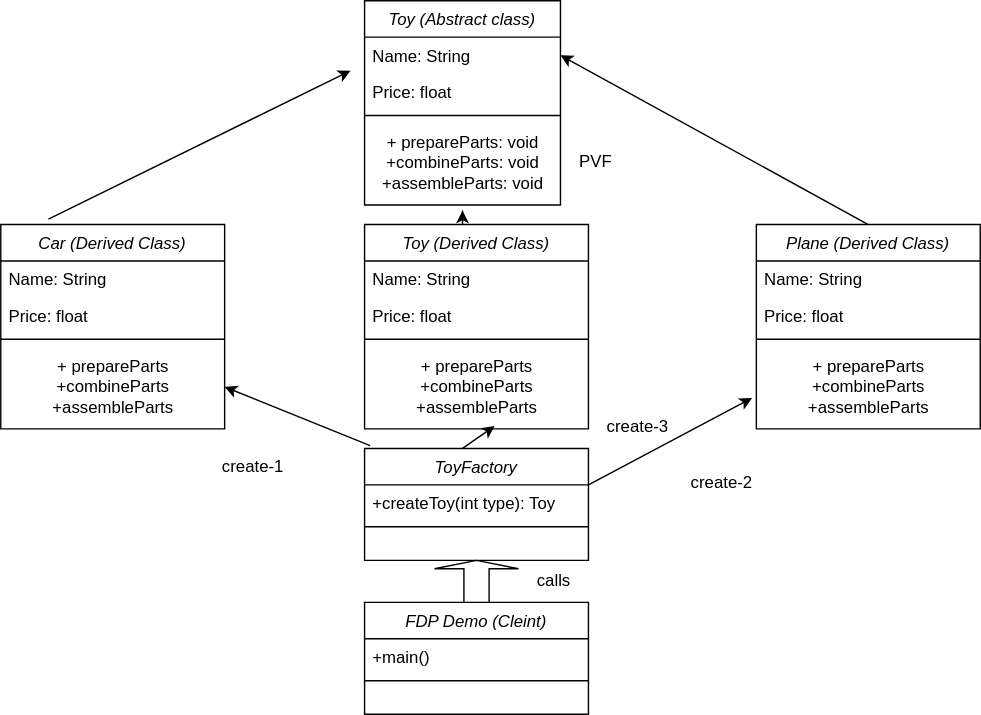
gaurav1kr/LeetCode-Mustdo-500 keeps this draw.io diagram as DESIGN-PATTERNS/Factory/classDiagram/fdp_new.svg. Above is the earlier version. Source tidied: cells renumbered, new cells last; positions are measured from the earlier drawing's top-left corner, leaving out a move shared by most shapes. Source of this version:
```xml
<mxGraphModel>
  <root>
    <mxCell id="0" />
    <mxCell id="1" parent="0" />
    <mxCell id="2" value="PVF" style="text;html=1;align=center;verticalAlign=middle;strokeColor=none;fillColor=none;" parent="1" vertex="1">
      <mxGeometry x="400" y="100" width="50" height="30" as="geometry" />
    </mxCell>
    <mxCell id="3" value="Toy (Abstract class)" style="swimlane;fontStyle=2;align=center;verticalAlign=top;horizontal=1;startSize=26;rounded=0;shadow=0;strokeWidth=1;" parent="1" vertex="1">
      <mxGeometry x="260" width="140" height="146" as="geometry" />
    </mxCell>
    <mxCell id="4" value="Name: String" style="text;align=left;verticalAlign=top;spacingLeft=4;spacingRight=4;overflow=hidden;points=[[0,0.5],[1,0.5]];portConstraint=eastwest;" parent="3" vertex="1">
      <mxGeometry y="26" width="140" height="26" as="geometry" />
    </mxCell>
    <mxCell id="5" value="Price: float" style="text;align=left;verticalAlign=top;spacingLeft=4;spacingRight=4;overflow=hidden;rounded=0;shadow=0;html=0;" parent="3" vertex="1">
      <mxGeometry y="52" width="140" height="26" as="geometry" />
    </mxCell>
    <mxCell id="6" style="line;html=1;strokeWidth=1;align=left;verticalAlign=middle;spacingTop=-1;spacingLeft=3;spacingRight=3;labelPosition=right;" parent="3" vertex="1">
      <mxGeometry y="78" width="140" height="8" as="geometry" />
    </mxCell>
    <mxCell id="7" value="+ prepareParts: void&lt;br&gt;+combineParts: void&lt;br&gt;+assembleParts: void" style="text;html=1;align=center;verticalAlign=middle;strokeColor=none;fillColor=none;" parent="3" vertex="1">
      <mxGeometry y="86" width="140" height="60" as="geometry" />
    </mxCell>
    <mxCell id="8" value="Car (Derived Class)" style="swimlane;fontStyle=2;align=center;verticalAlign=top;horizontal=1;startSize=26;rounded=0;shadow=0;strokeWidth=1;" parent="1" vertex="1">
      <mxGeometry y="160" width="160" height="146" as="geometry" />
    </mxCell>
    <mxCell id="9" value="Name: String" style="text;align=left;verticalAlign=top;spacingLeft=4;spacingRight=4;overflow=hidden;" parent="8" vertex="1">
      <mxGeometry y="26" width="160" height="26" as="geometry" />
    </mxCell>
    <mxCell id="10" value="Price: float" style="text;align=left;verticalAlign=top;spacingLeft=4;spacingRight=4;overflow=hidden;rounded=0;shadow=0;html=0;" parent="8" vertex="1">
      <mxGeometry y="52" width="160" height="26" as="geometry" />
    </mxCell>
    <mxCell id="11" style="line;html=1;strokeWidth=1;align=left;verticalAlign=middle;spacingTop=-1;spacingLeft=3;spacingRight=3;labelPosition=right;" parent="8" vertex="1">
      <mxGeometry y="78" width="160" height="8" as="geometry" />
    </mxCell>
    <mxCell id="12" value="+ prepareParts&lt;br&gt;+combineParts&lt;br&gt;+assembleParts" style="text;html=1;align=center;verticalAlign=middle;strokeColor=none;fillColor=none;" parent="8" vertex="1">
      <mxGeometry y="86" width="160" height="60" as="geometry" />
    </mxCell>
    <mxCell id="13" value="Toy (Derived Class)" style="swimlane;fontStyle=2;align=center;verticalAlign=top;horizontal=1;startSize=26;rounded=0;shadow=0;strokeWidth=1;" parent="1" vertex="1">
      <mxGeometry x="260" y="160" width="160" height="146" as="geometry" />
    </mxCell>
    <mxCell id="14" value="Name: String" style="text;align=left;verticalAlign=top;spacingLeft=4;spacingRight=4;overflow=hidden;" parent="13" vertex="1">
      <mxGeometry y="26" width="160" height="26" as="geometry" />
    </mxCell>
    <mxCell id="15" value="Price: float" style="text;align=left;verticalAlign=top;spacingLeft=4;spacingRight=4;overflow=hidden;rounded=0;shadow=0;html=0;" parent="13" vertex="1">
      <mxGeometry y="52" width="160" height="26" as="geometry" />
    </mxCell>
    <mxCell id="16" style="line;html=1;strokeWidth=1;align=left;verticalAlign=middle;spacingTop=-1;spacingLeft=3;spacingRight=3;labelPosition=right;" parent="13" vertex="1">
      <mxGeometry y="78" width="160" height="8" as="geometry" />
    </mxCell>
    <mxCell id="17" value="+ prepareParts&lt;br&gt;+combineParts&lt;br&gt;+assembleParts" style="text;html=1;align=center;verticalAlign=middle;points=[];strokeColor=none;fillColor=none;" parent="13" vertex="1">
      <mxGeometry y="86" width="160" height="60" as="geometry" />
    </mxCell>
    <mxCell id="18" value="Plane (Derived Class)" style="swimlane;fontStyle=2;align=center;verticalAlign=top;horizontal=1;startSize=26;rounded=0;shadow=0;strokeWidth=1;" parent="1" vertex="1">
      <mxGeometry x="540" y="160" width="160" height="146" as="geometry" />
    </mxCell>
    <mxCell id="19" value="Name: String" style="text;align=left;verticalAlign=top;spacingLeft=4;spacingRight=4;overflow=hidden;" parent="18" vertex="1">
      <mxGeometry y="26" width="160" height="26" as="geometry" />
    </mxCell>
    <mxCell id="20" value="Price: float" style="text;align=left;verticalAlign=top;spacingLeft=4;spacingRight=4;overflow=hidden;rounded=0;shadow=0;html=0;" parent="18" vertex="1">
      <mxGeometry y="52" width="160" height="26" as="geometry" />
    </mxCell>
    <mxCell id="21" style="line;html=1;strokeWidth=1;align=left;verticalAlign=middle;spacingTop=-1;spacingLeft=3;spacingRight=3;labelPosition=right;" parent="18" vertex="1">
      <mxGeometry y="78" width="160" height="8" as="geometry" />
    </mxCell>
    <mxCell id="22" value="+ prepareParts&lt;br&gt;+combineParts&lt;br&gt;+assembleParts" style="text;html=1;align=center;verticalAlign=middle;points=[];strokeColor=none;fillColor=none;" parent="18" vertex="1">
      <mxGeometry y="86" width="160" height="60" as="geometry" />
    </mxCell>
    <mxCell id="23" value="ToyFactory" style="swimlane;fontStyle=2;align=center;verticalAlign=top;horizontal=1;startSize=26;rounded=0;shadow=0;strokeWidth=1;" parent="1" vertex="1">
      <mxGeometry x="260" y="320" width="160" height="80" as="geometry" />
    </mxCell>
    <mxCell id="24" value="+createToy(int type): Toy" style="text;align=left;verticalAlign=top;spacingLeft=4;spacingRight=4;overflow=hidden;" parent="23" vertex="1">
      <mxGeometry y="26" width="160" height="26" as="geometry" />
    </mxCell>
    <mxCell id="25" style="line;html=1;strokeWidth=1;align=left;verticalAlign=middle;spacingTop=-1;spacingLeft=3;spacingRight=3;labelPosition=right;" parent="23" vertex="1">
      <mxGeometry y="52" width="160" height="8" as="geometry" />
    </mxCell>
    <mxCell id="26" value="FDP Demo (Cleint)" style="swimlane;fontStyle=2;align=center;verticalAlign=top;horizontal=1;startSize=26;rounded=0;shadow=0;strokeWidth=1;" parent="1" vertex="1">
      <mxGeometry x="260" y="430" width="160" height="80" as="geometry" />
    </mxCell>
    <mxCell id="27" value="+main()" style="text;align=left;verticalAlign=top;spacingLeft=4;spacingRight=4;overflow=hidden;" parent="26" vertex="1">
      <mxGeometry y="26" width="160" height="26" as="geometry" />
    </mxCell>
    <mxCell id="28" style="line;html=1;strokeWidth=1;align=left;verticalAlign=middle;spacingTop=-1;spacingLeft=3;spacingRight=3;labelPosition=right;" parent="26" vertex="1">
      <mxGeometry y="52" width="160" height="8" as="geometry" />
    </mxCell>
    <mxCell id="29" style="shape=singleArrow;direction=north;whiteSpace=wrap;html=1;" parent="1" vertex="1">
      <mxGeometry x="310" y="400" width="60" height="30" as="geometry" />
    </mxCell>
    <mxCell id="30" value="calls" style="text;html=1;align=center;verticalAlign=middle;strokeColor=none;fillColor=none;" parent="1" vertex="1">
      <mxGeometry x="370" y="400" width="50" height="30" as="geometry" />
    </mxCell>
    <mxCell id="31" style="endArrow=classic;html=1;rounded=0;entryX=-0.019;entryY=0.633;entryDx=0;entryDy=0;entryPerimeter=0;" parent="1" edge="1" target="22">
      <mxGeometry relative="1" as="geometry">
        <mxPoint x="420" y="346" as="sourcePoint" />
      </mxGeometry>
    </mxCell>
    <mxCell id="32" style="endArrow=classic;html=1;rounded=0;exitX=0;exitY=0.25;exitDx=0;exitDy=0;entryX=0.975;entryY=0.867;entryDx=0;entryDy=0;entryPerimeter=0;" parent="1" edge="1">
      <mxGeometry relative="1" as="geometry">
        <mxPoint x="264" y="318" as="sourcePoint" />
        <mxPoint x="160" y="276" as="targetPoint" />
      </mxGeometry>
    </mxCell>
    <mxCell id="33" style="endArrow=classic;html=1;rounded=0;entryX=0.581;entryY=0.967;entryDx=0;entryDy=0;entryPerimeter=0;" parent="1" edge="1" target="17">
      <mxGeometry relative="1" as="geometry">
        <mxPoint x="330" y="320" as="sourcePoint" />
      </mxGeometry>
    </mxCell>
    <mxCell id="34" value="create-1" style="text;html=1;align=center;verticalAlign=middle;strokeColor=none;fillColor=none;" parent="1" vertex="1">
      <mxGeometry x="145" y="318" width="70" height="30" as="geometry" />
    </mxCell>
    <mxCell id="35" value="create-2" style="text;html=1;align=center;verticalAlign=middle;strokeColor=none;fillColor=none;" parent="1" vertex="1">
      <mxGeometry x="480" y="330" width="70" height="30" as="geometry" />
    </mxCell>
    <mxCell id="36" value="create-3" style="text;html=1;align=center;verticalAlign=middle;strokeColor=none;fillColor=none;" parent="1" vertex="1">
      <mxGeometry x="420" y="290" width="70" height="30" as="geometry" />
    </mxCell>
    <mxCell id="37" style="endArrow=classic;html=1;rounded=0;exitX=0.213;exitY=-0.027;exitDx=0;exitDy=0;exitPerimeter=0;" parent="1" edge="1" source="8">
      <mxGeometry relative="1" as="geometry">
        <mxPoint x="250" y="50" as="targetPoint" />
      </mxGeometry>
    </mxCell>
    <mxCell id="38" style="endArrow=classic;html=1;rounded=0;entryX=1;entryY=0.5;entryDx=0;entryDy=0;exitX=0.5;exitY=0;exitDx=0;exitDy=0;" parent="1" edge="1" source="18" target="4">
      <mxGeometry relative="1" as="geometry" />
    </mxCell>
    <mxCell id="39" style="endArrow=classic;html=1;rounded=0;" parent="1" edge="1">
      <mxGeometry relative="1" as="geometry">
        <mxPoint x="330" y="150" as="sourcePoint" />
        <mxPoint x="330" y="150" as="targetPoint" />
        <Array as="points">
          <mxPoint x="330" y="160" />
        </Array>
      </mxGeometry>
    </mxCell>
  </root>
</mxGraphModel>
```
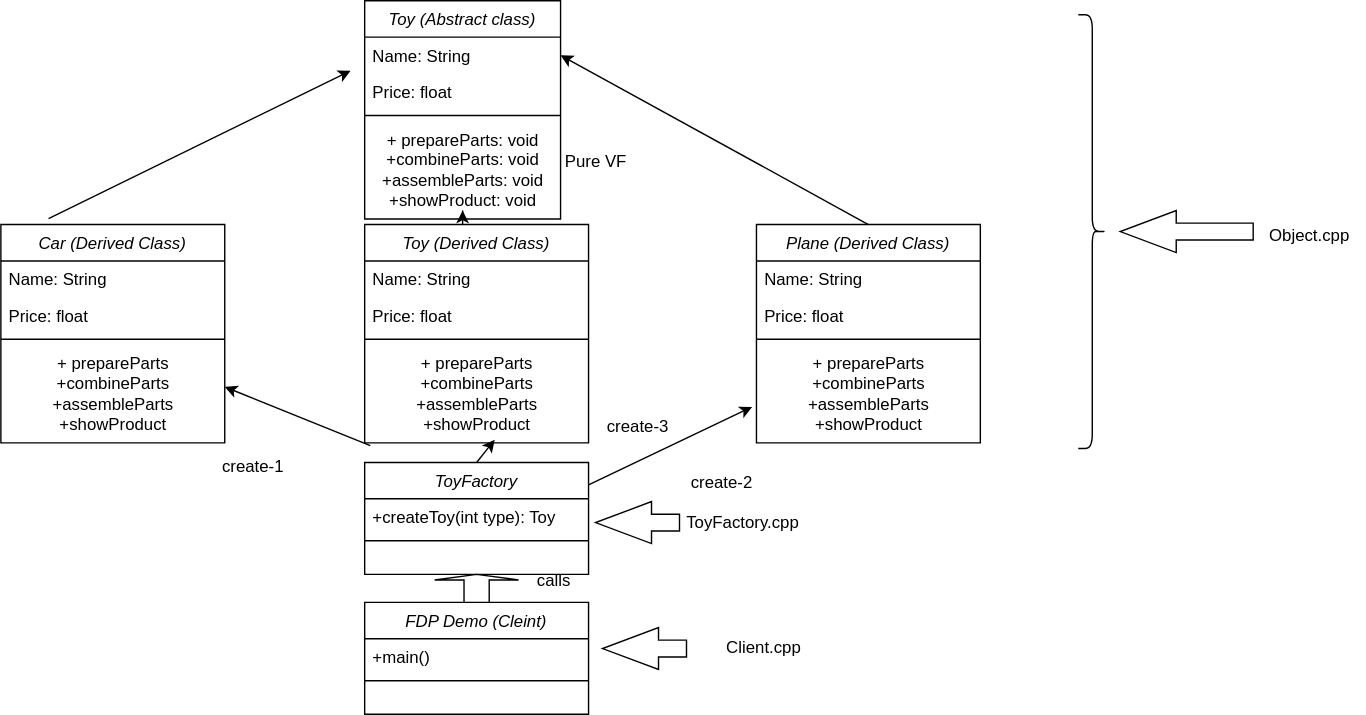
After the commit.

Commit message:
Factory Design Pattern Example

Change to the diagram source:
```diff
@@ -2,11 +2,11 @@
   <root>
     <mxCell id="0" />
     <mxCell id="1" parent="0" />
-    <mxCell id="2" value="PVF" style="text;html=1;align=center;verticalAlign=middle;strokeColor=none;fillColor=none;" parent="1" vertex="1">
-      <mxGeometry x="400" y="100" width="50" height="30" as="geometry" />
+    <mxCell id="2" value="Pure VF" style="text;html=1;align=center;verticalAlign=middle;strokeColor=none;fillColor=none;" parent="1" vertex="1">
+      <mxGeometry x="390" y="100" width="70" height="30" as="geometry" />
     </mxCell>
     <mxCell id="3" value="Toy (Abstract class)" style="swimlane;fontStyle=2;align=center;verticalAlign=top;horizontal=1;startSize=26;rounded=0;shadow=0;strokeWidth=1;" parent="1" vertex="1">
-      <mxGeometry x="260" width="140" height="146" as="geometry" />
+      <mxGeometry x="260" width="140" height="156" as="geometry" />
     </mxCell>
     <mxCell id="4" value="Name: String" style="text;align=left;verticalAlign=top;spacingLeft=4;spacingRight=4;overflow=hidden;points=[[0,0.5],[1,0.5]];portConstraint=eastwest;" parent="3" vertex="1">
       <mxGeometry y="26" width="140" height="26" as="geometry" />
@@ -17,11 +17,11 @@
     <mxCell id="6" style="line;html=1;strokeWidth=1;align=left;verticalAlign=middle;spacingTop=-1;spacingLeft=3;spacingRight=3;labelPosition=right;" parent="3" vertex="1">
       <mxGeometry y="78" width="140" height="8" as="geometry" />
     </mxCell>
-    <mxCell id="7" value="+ prepareParts: void&lt;br&gt;+combineParts: void&lt;br&gt;+assembleParts: void" style="text;html=1;align=center;verticalAlign=middle;strokeColor=none;fillColor=none;" parent="3" vertex="1">
-      <mxGeometry y="86" width="140" height="60" as="geometry" />
+    <mxCell id="7" value="+ prepareParts: void&lt;br&gt;+combineParts: void&lt;br&gt;+assembleParts: void&lt;div&gt;+showProduct: void&lt;/div&gt;" style="text;html=1;align=center;verticalAlign=middle;strokeColor=none;fillColor=none;" parent="3" vertex="1">
+      <mxGeometry y="86" width="140" height="70" as="geometry" />
     </mxCell>
     <mxCell id="8" value="Car (Derived Class)" style="swimlane;fontStyle=2;align=center;verticalAlign=top;horizontal=1;startSize=26;rounded=0;shadow=0;strokeWidth=1;" parent="1" vertex="1">
-      <mxGeometry y="160" width="160" height="146" as="geometry" />
+      <mxGeometry y="160" width="160" height="156" as="geometry" />
     </mxCell>
     <mxCell id="9" value="Name: String" style="text;align=left;verticalAlign=top;spacingLeft=4;spacingRight=4;overflow=hidden;" parent="8" vertex="1">
       <mxGeometry y="26" width="160" height="26" as="geometry" />
@@ -32,11 +32,11 @@
     <mxCell id="11" style="line;html=1;strokeWidth=1;align=left;verticalAlign=middle;spacingTop=-1;spacingLeft=3;spacingRight=3;labelPosition=right;" parent="8" vertex="1">
       <mxGeometry y="78" width="160" height="8" as="geometry" />
     </mxCell>
-    <mxCell id="12" value="+ prepareParts&lt;br&gt;+combineParts&lt;br&gt;+assembleParts" style="text;html=1;align=center;verticalAlign=middle;strokeColor=none;fillColor=none;" parent="8" vertex="1">
-      <mxGeometry y="86" width="160" height="60" as="geometry" />
+    <mxCell id="12" value="+ prepareParts&lt;br&gt;+combineParts&lt;br&gt;+assembleParts&lt;div&gt;+showProduct&lt;/div&gt;" style="text;html=1;align=center;verticalAlign=middle;strokeColor=none;fillColor=none;" parent="8" vertex="1">
+      <mxGeometry y="86" width="160" height="70" as="geometry" />
     </mxCell>
     <mxCell id="13" value="Toy (Derived Class)" style="swimlane;fontStyle=2;align=center;verticalAlign=top;horizontal=1;startSize=26;rounded=0;shadow=0;strokeWidth=1;" parent="1" vertex="1">
-      <mxGeometry x="260" y="160" width="160" height="146" as="geometry" />
+      <mxGeometry x="260" y="160" width="160" height="156" as="geometry" />
     </mxCell>
     <mxCell id="14" value="Name: String" style="text;align=left;verticalAlign=top;spacingLeft=4;spacingRight=4;overflow=hidden;" parent="13" vertex="1">
       <mxGeometry y="26" width="160" height="26" as="geometry" />
@@ -47,11 +47,11 @@
     <mxCell id="16" style="line;html=1;strokeWidth=1;align=left;verticalAlign=middle;spacingTop=-1;spacingLeft=3;spacingRight=3;labelPosition=right;" parent="13" vertex="1">
       <mxGeometry y="78" width="160" height="8" as="geometry" />
     </mxCell>
-    <mxCell id="17" value="+ prepareParts&lt;br&gt;+combineParts&lt;br&gt;+assembleParts" style="text;html=1;align=center;verticalAlign=middle;points=[];strokeColor=none;fillColor=none;" parent="13" vertex="1">
-      <mxGeometry y="86" width="160" height="60" as="geometry" />
+    <mxCell id="17" value="+ prepareParts&lt;br&gt;+combineParts&lt;br&gt;+assembleParts&lt;div&gt;+showProduct&lt;/div&gt;" style="text;html=1;align=center;verticalAlign=middle;points=[];strokeColor=none;fillColor=none;" parent="13" vertex="1">
+      <mxGeometry y="86" width="160" height="70" as="geometry" />
     </mxCell>
     <mxCell id="18" value="Plane (Derived Class)" style="swimlane;fontStyle=2;align=center;verticalAlign=top;horizontal=1;startSize=26;rounded=0;shadow=0;strokeWidth=1;" parent="1" vertex="1">
-      <mxGeometry x="540" y="160" width="160" height="146" as="geometry" />
+      <mxGeometry x="540" y="160" width="160" height="156" as="geometry" />
     </mxCell>
     <mxCell id="19" value="Name: String" style="text;align=left;verticalAlign=top;spacingLeft=4;spacingRight=4;overflow=hidden;" parent="18" vertex="1">
       <mxGeometry y="26" width="160" height="26" as="geometry" />
@@ -62,11 +62,11 @@
     <mxCell id="21" style="line;html=1;strokeWidth=1;align=left;verticalAlign=middle;spacingTop=-1;spacingLeft=3;spacingRight=3;labelPosition=right;" parent="18" vertex="1">
       <mxGeometry y="78" width="160" height="8" as="geometry" />
     </mxCell>
-    <mxCell id="22" value="+ prepareParts&lt;br&gt;+combineParts&lt;br&gt;+assembleParts" style="text;html=1;align=center;verticalAlign=middle;points=[];strokeColor=none;fillColor=none;" parent="18" vertex="1">
-      <mxGeometry y="86" width="160" height="60" as="geometry" />
+    <mxCell id="22" value="+ prepareParts&lt;br&gt;+combineParts&lt;br&gt;+assembleParts&lt;div&gt;+showProduct&lt;/div&gt;" style="text;html=1;align=center;verticalAlign=middle;points=[];strokeColor=none;fillColor=none;" parent="18" vertex="1">
+      <mxGeometry y="86" width="160" height="70" as="geometry" />
     </mxCell>
     <mxCell id="23" value="ToyFactory" style="swimlane;fontStyle=2;align=center;verticalAlign=top;horizontal=1;startSize=26;rounded=0;shadow=0;strokeWidth=1;" parent="1" vertex="1">
-      <mxGeometry x="260" y="320" width="160" height="80" as="geometry" />
+      <mxGeometry x="260" y="330" width="160" height="80" as="geometry" />
     </mxCell>
     <mxCell id="24" value="+createToy(int type): Toy" style="text;align=left;verticalAlign=top;spacingLeft=4;spacingRight=4;overflow=hidden;" parent="23" vertex="1">
       <mxGeometry y="26" width="160" height="26" as="geometry" />
@@ -84,7 +84,7 @@
       <mxGeometry y="52" width="160" height="8" as="geometry" />
     </mxCell>
     <mxCell id="29" style="shape=singleArrow;direction=north;whiteSpace=wrap;html=1;" parent="1" vertex="1">
-      <mxGeometry x="310" y="400" width="60" height="30" as="geometry" />
+      <mxGeometry x="310" y="410" width="60" height="20" as="geometry" />
     </mxCell>
     <mxCell id="30" value="calls" style="text;html=1;align=center;verticalAlign=middle;strokeColor=none;fillColor=none;" parent="1" vertex="1">
       <mxGeometry x="370" y="400" width="50" height="30" as="geometry" />
@@ -100,10 +100,8 @@
         <mxPoint x="160" y="276" as="targetPoint" />
       </mxGeometry>
     </mxCell>
-    <mxCell id="33" style="endArrow=classic;html=1;rounded=0;entryX=0.581;entryY=0.967;entryDx=0;entryDy=0;entryPerimeter=0;" parent="1" edge="1" target="17">
-      <mxGeometry relative="1" as="geometry">
-        <mxPoint x="330" y="320" as="sourcePoint" />
-      </mxGeometry>
+    <mxCell id="33" style="endArrow=classic;html=1;rounded=0;entryX=0.581;entryY=0.967;entryDx=0;entryDy=0;entryPerimeter=0;exitX=0.5;exitY=0;exitDx=0;exitDy=0;" parent="1" edge="1" source="23" target="17">
+      <mxGeometry relative="1" as="geometry" />
     </mxCell>
     <mxCell id="34" value="create-1" style="text;html=1;align=center;verticalAlign=middle;strokeColor=none;fillColor=none;" parent="1" vertex="1">
       <mxGeometry x="145" y="318" width="70" height="30" as="geometry" />
@@ -131,5 +129,26 @@
         </Array>
       </mxGeometry>
     </mxCell>
+    <mxCell id="40" value="ToyFactory.cpp" style="text;html=1;align=center;verticalAlign=middle;strokeColor=none;fillColor=none;" parent="1" vertex="1">
+      <mxGeometry x="480" y="358" width="100" height="30" as="geometry" />
+    </mxCell>
+    <mxCell id="41" style="html=1;shadow=0;dashed=0;align=center;verticalAlign=middle;shape=mxgraph.arrows2.arrow;dy=0.6;dx=40;flipH=1;notch=0;" parent="1" vertex="1">
+      <mxGeometry x="425" y="358" width="60" height="30" as="geometry" />
+    </mxCell>
+    <mxCell id="42" value="Client.cpp" style="text;html=1;align=center;verticalAlign=middle;strokeColor=none;fillColor=none;" parent="1" vertex="1">
+      <mxGeometry x="505" y="448" width="80" height="30" as="geometry" />
+    </mxCell>
+    <mxCell id="43" style="html=1;shadow=0;dashed=0;align=center;verticalAlign=middle;shape=mxgraph.arrows2.arrow;dy=0.6;dx=40;flipH=1;notch=0;" parent="1" vertex="1">
+      <mxGeometry x="430" y="448" width="60" height="30" as="geometry" />
+    </mxCell>
+    <mxCell id="44" style="shape=curlyBracket;whiteSpace=wrap;html=1;rounded=1;flipH=1;labelPosition=right;verticalLabelPosition=middle;align=left;verticalAlign=middle;" parent="1" vertex="1">
+      <mxGeometry x="770" y="10" width="20" height="310" as="geometry" />
+    </mxCell>
+    <mxCell id="45" value="Object.cpp&lt;div&gt;&lt;br&gt;&lt;/div&gt;" style="text;html=1;align=center;verticalAlign=middle;strokeColor=none;fillColor=none;" parent="1" vertex="1">
+      <mxGeometry x="895" y="155" width="80" height="40" as="geometry" />
+    </mxCell>
+    <mxCell id="46" style="html=1;shadow=0;dashed=0;align=center;verticalAlign=middle;shape=mxgraph.arrows2.arrow;dy=0.6;dx=40;flipH=1;notch=0;" parent="1" vertex="1">
+      <mxGeometry x="800" y="150" width="95" height="30" as="geometry" />
+    </mxCell>
   </root>
 </mxGraphModel>
```
